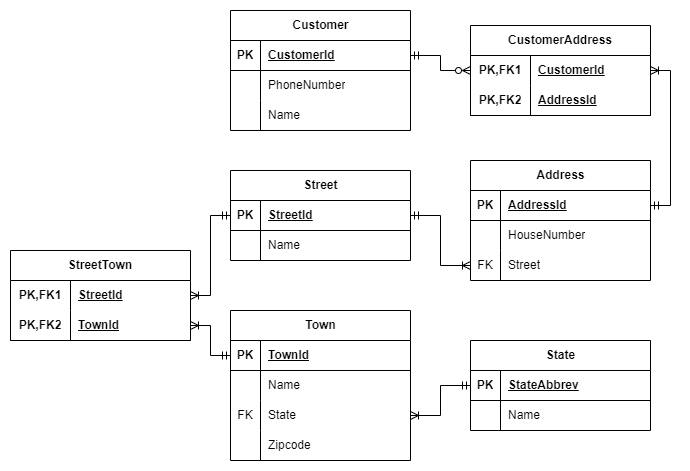
This is diagrams/CustomerERD.png from wenxie65/RestaurantTouchscreenOrderingSystem, a draw.io export, as it was before one commit. Source tidied: cells renumbered, new cells last; positions are measured from the earlier drawing's top-left corner, leaving out a move shared by most shapes.
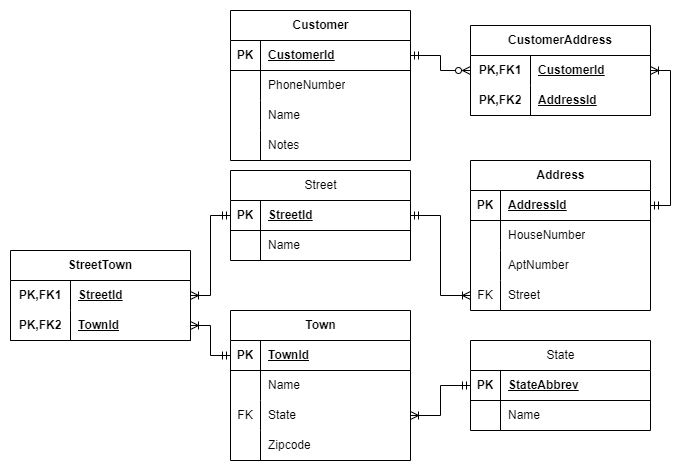
Above is the later version.

The edit, as a diff of the source:
```diff
@@ -20,7 +20,7 @@
     <mxCell id="7" style="shape=partialRectangle;fillColor=none;top=0;left=0;bottom=0;right=0;overflow=hidden;whiteSpace=wrap;html=1;" parent="6" vertex="1">
       <mxGeometry width="30" height="30" as="geometry" />
     </mxCell>
-    <mxCell id="8" value="Name" style="shape=partialRectangle;fillColor=none;top=0;left=0;bottom=0;right=0;align=left;spacingLeft=6;overflow=hidden;whiteSpace=wrap;html=1;" parent="6" vertex="1">
+    <mxCell id="8" value="Name" style="shape=partialRectangle;fillColor=none;top=0;left=0;bottom=0;right=0;align=left;spacingLeft=6;overflow=hidden;whiteSpace=wrap;html=1;fontStyle=0;" parent="6" vertex="1">
       <mxGeometry x="30" width="150" height="30" as="geometry" />
     </mxCell>
     <mxCell id="9" style="shape=tableRow;horizontal=0;startSize=0;swimlaneHead=0;swimlaneBody=0;fillColor=none;points=[[0,0.5],[1,0.5]];portConstraint=eastwest;top=0;left=0;right=0;bottom=0;" parent="2" vertex="1">
@@ -29,7 +29,7 @@
     <mxCell id="10" value="FK" style="shape=partialRectangle;fillColor=none;top=0;left=0;bottom=0;right=0;overflow=hidden;whiteSpace=wrap;html=1;" parent="9" vertex="1">
       <mxGeometry width="30" height="30" as="geometry" />
     </mxCell>
-    <mxCell id="11" value="State" style="shape=partialRectangle;fillColor=none;top=0;left=0;bottom=0;right=0;align=left;spacingLeft=6;overflow=hidden;whiteSpace=wrap;html=1;" parent="9" vertex="1">
+    <mxCell id="11" value="State" style="shape=partialRectangle;fillColor=none;top=0;left=0;bottom=0;right=0;align=left;spacingLeft=6;overflow=hidden;whiteSpace=wrap;html=1;fontStyle=0;" parent="9" vertex="1">
       <mxGeometry x="30" width="150" height="30" as="geometry" />
     </mxCell>
     <mxCell id="12" style="shape=tableRow;horizontal=0;startSize=0;swimlaneHead=0;swimlaneBody=0;fillColor=none;top=0;left=0;right=0;bottom=0;" parent="2" vertex="1">
@@ -38,10 +38,10 @@
     <mxCell id="13" style="shape=partialRectangle;fillColor=none;top=0;left=0;bottom=0;right=0;overflow=hidden;whiteSpace=wrap;html=1;" parent="12" vertex="1">
       <mxGeometry width="30" height="30" as="geometry" />
     </mxCell>
-    <mxCell id="14" value="Zipcode" style="shape=partialRectangle;fillColor=none;top=0;left=0;bottom=0;right=0;align=left;spacingLeft=6;overflow=hidden;whiteSpace=wrap;html=1;" parent="12" vertex="1">
+    <mxCell id="14" value="Zipcode" style="shape=partialRectangle;fillColor=none;top=0;left=0;bottom=0;right=0;align=left;spacingLeft=6;overflow=hidden;whiteSpace=wrap;html=1;fontStyle=0;" parent="12" vertex="1">
       <mxGeometry x="30" width="150" height="30" as="geometry" />
     </mxCell>
-    <mxCell id="15" value="State" style="shape=table;startSize=30;rowLines=0;fontStyle=1;align=center;html=1;" parent="1" vertex="1">
+    <mxCell id="15" value="State" style="shape=table;startSize=30;rowLines=0;fontStyle=0;align=center;html=1;" parent="1" vertex="1">
       <mxGeometry x="460" y="330" width="180" height="90" as="geometry" />
     </mxCell>
     <mxCell id="16" style="shape=tableRow;horizontal=0;startSize=0;swimlaneHead=0;swimlaneBody=0;fillColor=none;points=[[0,0.5],[1,0.5]];portConstraint=eastwest;top=0;left=0;right=0;bottom=1;" parent="15" vertex="1">
@@ -59,13 +59,13 @@
     <mxCell id="20" style="shape=partialRectangle;fillColor=none;top=0;left=0;bottom=0;right=0;overflow=hidden;whiteSpace=wrap;html=1;" parent="19" vertex="1">
       <mxGeometry width="30" height="30" as="geometry" />
     </mxCell>
-    <mxCell id="21" value="Name" style="shape=partialRectangle;fillColor=none;top=0;left=0;bottom=0;right=0;align=left;spacingLeft=6;overflow=hidden;whiteSpace=wrap;html=1;" parent="19" vertex="1">
+    <mxCell id="21" value="Name" style="shape=partialRectangle;fillColor=none;top=0;left=0;bottom=0;right=0;align=left;spacingLeft=6;overflow=hidden;whiteSpace=wrap;html=1;fontStyle=0;" parent="19" vertex="1">
       <mxGeometry x="30" width="150" height="30" as="geometry" />
     </mxCell>
     <mxCell id="22" style="edgeStyle=orthogonalEdgeStyle;rounded=0;jettySize=auto;html=1;exitX=0;exitY=0.5;exitDx=0;exitDy=0;entryX=1;entryY=0.5;entryDx=0;entryDy=0;startArrow=ERmandOne;startFill=0;endArrow=ERoneToMany;endFill=0;" parent="1" edge="1" source="16" target="9">
       <mxGeometry relative="1" as="geometry" />
     </mxCell>
-    <mxCell id="23" value="Street" style="shape=table;startSize=30;rowLines=0;fontStyle=1;align=center;html=1;" parent="1" vertex="1">
+    <mxCell id="23" value="Street" style="shape=table;startSize=30;rowLines=0;fontStyle=0;align=center;html=1;" parent="1" vertex="1">
       <mxGeometry x="220" y="160" width="180" height="90" as="geometry" />
     </mxCell>
     <mxCell id="24" style="shape=tableRow;horizontal=0;startSize=0;swimlaneHead=0;swimlaneBody=0;fillColor=none;points=[[0,0.5],[1,0.5]];portConstraint=eastwest;top=0;left=0;right=0;bottom=1;" parent="23" vertex="1">
@@ -83,11 +83,11 @@
     <mxCell id="28" style="shape=partialRectangle;fillColor=none;top=0;left=0;bottom=0;right=0;overflow=hidden;whiteSpace=wrap;html=1;" parent="27" vertex="1">
       <mxGeometry width="30" height="30" as="geometry" />
     </mxCell>
-    <mxCell id="29" value="Name" style="shape=partialRectangle;fillColor=none;top=0;left=0;bottom=0;right=0;align=left;spacingLeft=6;overflow=hidden;whiteSpace=wrap;html=1;" parent="27" vertex="1">
+    <mxCell id="29" value="Name" style="shape=partialRectangle;fillColor=none;top=0;left=0;bottom=0;right=0;align=left;spacingLeft=6;overflow=hidden;whiteSpace=wrap;html=1;fontStyle=0;" parent="27" vertex="1">
       <mxGeometry x="30" width="150" height="30" as="geometry" />
     </mxCell>
     <mxCell id="30" value="Address" style="shape=table;startSize=30;rowLines=0;fontStyle=1;align=center;html=1;" parent="1" vertex="1">
-      <mxGeometry x="460" y="150" width="180" height="120" as="geometry" />
+      <mxGeometry x="460" y="150" width="180" height="150" as="geometry" />
     </mxCell>
     <mxCell id="31" style="shape=tableRow;horizontal=0;startSize=0;swimlaneHead=0;swimlaneBody=0;fillColor=none;points=[[0,0.5],[1,0.5]];portConstraint=eastwest;top=0;left=0;right=0;bottom=1;" parent="30" vertex="1">
       <mxGeometry y="30" width="180" height="30" as="geometry" />
@@ -104,23 +104,32 @@
     <mxCell id="35" style="shape=partialRectangle;fillColor=none;top=0;left=0;bottom=0;right=0;overflow=hidden;whiteSpace=wrap;html=1;" parent="34" vertex="1">
       <mxGeometry width="30" height="30" as="geometry" />
     </mxCell>
-    <mxCell id="36" value="HouseNumber" style="shape=partialRectangle;fillColor=none;top=0;left=0;bottom=0;right=0;align=left;spacingLeft=6;overflow=hidden;whiteSpace=wrap;html=1;" parent="34" vertex="1">
+    <mxCell id="36" value="&lt;span style=&quot;font-weight: normal;&quot;&gt;HouseNumber&lt;/span&gt;" style="shape=partialRectangle;fillColor=none;top=0;left=0;bottom=0;right=0;align=left;spacingLeft=6;overflow=hidden;whiteSpace=wrap;html=1;fontStyle=1;" parent="34" vertex="1">
       <mxGeometry x="30" width="150" height="30" as="geometry" />
     </mxCell>
+    <mxCell id="69" style="shape=tableRow;horizontal=0;startSize=0;swimlaneHead=0;swimlaneBody=0;fillColor=none;top=0;left=0;right=0;bottom=0;" parent="30" vertex="1">
+      <mxGeometry y="90" width="180" height="30" as="geometry" />
+    </mxCell>
+    <mxCell id="70" style="shape=partialRectangle;fillColor=none;top=0;left=0;bottom=0;right=0;overflow=hidden;whiteSpace=wrap;html=1;" parent="69" vertex="1">
+      <mxGeometry width="30" height="30" as="geometry" />
+    </mxCell>
+    <mxCell id="71" value="AptNumber" style="shape=partialRectangle;fillColor=none;top=0;left=0;bottom=0;right=0;align=left;spacingLeft=6;overflow=hidden;whiteSpace=wrap;html=1;" parent="69" vertex="1">
+      <mxGeometry x="30" width="150" height="30" as="geometry" />
+    </mxCell>
     <mxCell id="37" style="shape=tableRow;horizontal=0;startSize=0;swimlaneHead=0;swimlaneBody=0;fillColor=none;points=[[0,0.5],[1,0.5]];portConstraint=eastwest;top=0;left=0;right=0;bottom=0;" parent="30" vertex="1">
-      <mxGeometry y="90" width="180" height="30" as="geometry" />
+      <mxGeometry y="120" width="180" height="30" as="geometry" />
     </mxCell>
     <mxCell id="38" value="FK" style="shape=partialRectangle;fillColor=none;top=0;left=0;bottom=0;right=0;overflow=hidden;whiteSpace=wrap;html=1;" parent="37" vertex="1">
       <mxGeometry width="30" height="30" as="geometry" />
     </mxCell>
-    <mxCell id="39" value="Street" style="shape=partialRectangle;fillColor=none;top=0;left=0;bottom=0;right=0;align=left;spacingLeft=6;overflow=hidden;whiteSpace=wrap;html=1;" parent="37" vertex="1">
+    <mxCell id="39" value="Street" style="shape=partialRectangle;fillColor=none;top=0;left=0;bottom=0;right=0;align=left;spacingLeft=6;overflow=hidden;whiteSpace=wrap;html=1;fontStyle=0;" parent="37" vertex="1">
       <mxGeometry x="30" width="150" height="30" as="geometry" />
     </mxCell>
     <mxCell id="40" style="edgeStyle=orthogonalEdgeStyle;rounded=0;jettySize=auto;html=1;exitX=1;exitY=0.5;exitDx=0;exitDy=0;entryX=0;entryY=0.5;entryDx=0;entryDy=0;startArrow=ERmandOne;startFill=0;endArrow=ERoneToMany;endFill=0;" parent="1" edge="1" source="24" target="37">
       <mxGeometry relative="1" as="geometry" />
     </mxCell>
     <mxCell id="41" value="Customer" style="shape=table;startSize=30;rowLines=0;fontStyle=1;align=center;html=1;" parent="1" vertex="1">
-      <mxGeometry x="220" width="180" height="120" as="geometry" />
+      <mxGeometry x="220" width="180" height="150" as="geometry" />
     </mxCell>
     <mxCell id="42" style="shape=tableRow;horizontal=0;startSize=0;swimlaneHead=0;swimlaneBody=0;fillColor=none;points=[[0,0.5],[1,0.5]];portConstraint=eastwest;top=0;left=0;right=0;bottom=1;" parent="41" vertex="1">
       <mxGeometry y="30" width="180" height="30" as="geometry" />
@@ -137,7 +146,7 @@
     <mxCell id="46" style="shape=partialRectangle;fillColor=none;top=0;left=0;bottom=0;right=0;overflow=hidden;whiteSpace=wrap;html=1;" parent="45" vertex="1">
       <mxGeometry width="30" height="30" as="geometry" />
     </mxCell>
-    <mxCell id="47" value="PhoneNumber" style="shape=partialRectangle;fillColor=none;top=0;left=0;bottom=0;right=0;align=left;spacingLeft=6;overflow=hidden;whiteSpace=wrap;html=1;" parent="45" vertex="1">
+    <mxCell id="47" value="PhoneNumber" style="shape=partialRectangle;fillColor=none;top=0;left=0;bottom=0;right=0;align=left;spacingLeft=6;overflow=hidden;whiteSpace=wrap;html=1;fontStyle=0;" parent="45" vertex="1">
       <mxGeometry x="30" width="150" height="30" as="geometry" />
     </mxCell>
     <mxCell id="48" style="shape=tableRow;horizontal=0;startSize=0;swimlaneHead=0;swimlaneBody=0;fillColor=none;top=0;left=0;right=0;bottom=0;" parent="41" vertex="1">
@@ -149,6 +158,15 @@
     <mxCell id="50" value="Name" style="shape=partialRectangle;fillColor=none;top=0;left=0;bottom=0;right=0;align=left;spacingLeft=6;overflow=hidden;whiteSpace=wrap;html=1;" parent="48" vertex="1">
       <mxGeometry x="30" width="150" height="30" as="geometry" />
     </mxCell>
+    <mxCell id="72" style="shape=tableRow;horizontal=0;startSize=0;swimlaneHead=0;swimlaneBody=0;fillColor=none;top=0;left=0;right=0;bottom=0;" parent="41" vertex="1">
+      <mxGeometry y="120" width="180" height="30" as="geometry" />
+    </mxCell>
+    <mxCell id="73" style="shape=partialRectangle;fillColor=none;top=0;left=0;bottom=0;right=0;overflow=hidden;whiteSpace=wrap;html=1;" parent="72" vertex="1">
+      <mxGeometry width="30" height="30" as="geometry" />
+    </mxCell>
+    <mxCell id="74" value="Notes" style="shape=partialRectangle;fillColor=none;top=0;left=0;bottom=0;right=0;align=left;spacingLeft=6;overflow=hidden;whiteSpace=wrap;html=1;" parent="72" vertex="1">
+      <mxGeometry x="30" width="150" height="30" as="geometry" />
+    </mxCell>
     <mxCell id="51" value="CustomerAddress" style="shape=table;startSize=30;rowLines=0;fontStyle=1;align=center;html=1;whiteSpace=wrap;" parent="1" vertex="1">
       <mxGeometry x="460" y="15" width="180" height="90" as="geometry" />
     </mxCell>
```
